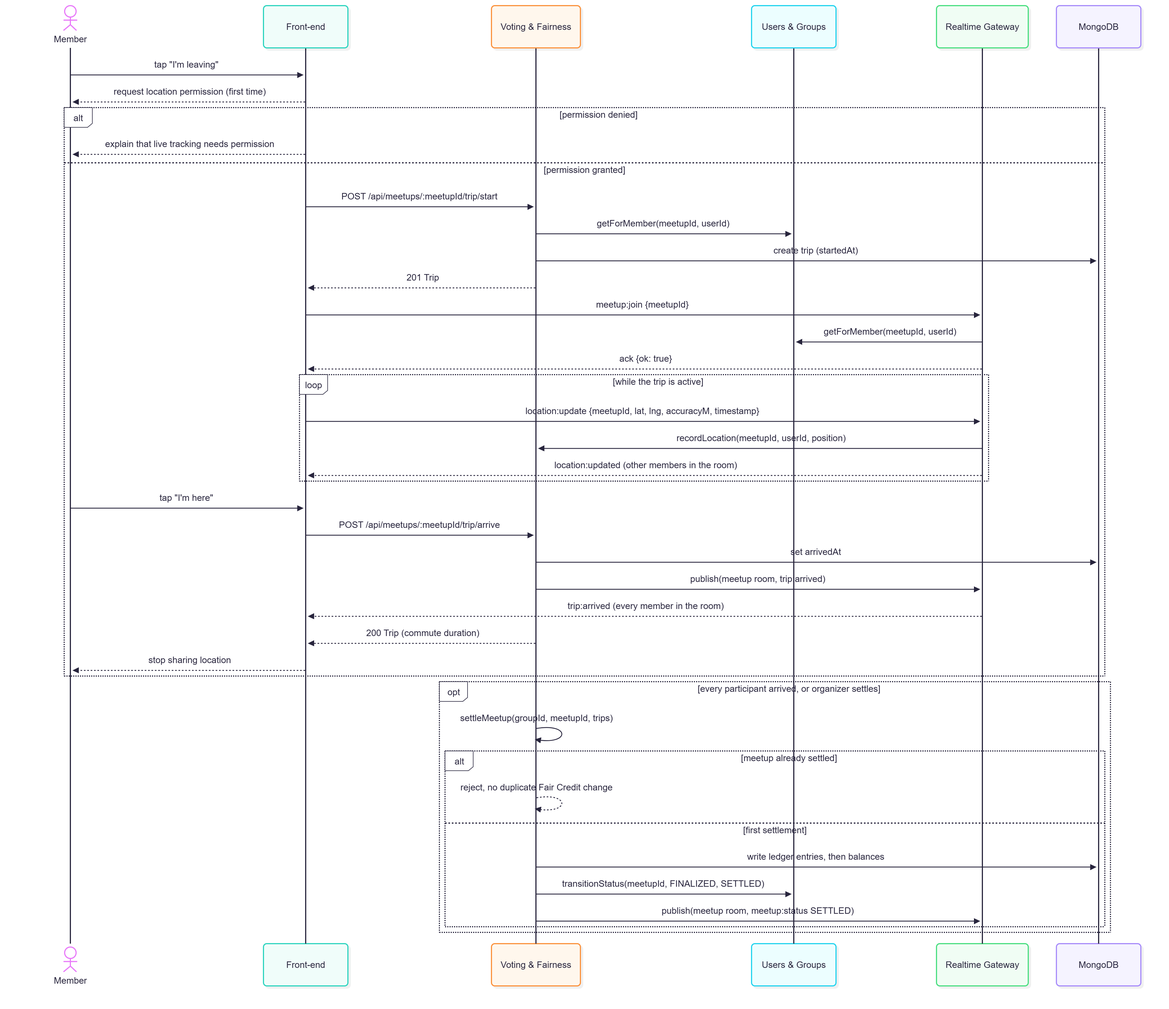
w-lin5/CPEN321_MeetFair keeps this Mermaid diagram as documentation/images/SD_UC5_Share_Live_Location.png. Above is the earlier version. Its source is kept beside it as documentation/res/SD_UC5_Share_Live_Location.mmd. The source it was exported from:
```mermaid
sequenceDiagram
    actor M as Member
    actor O as Other members
    participant FE as Front-end
    participant LL as Live Location
    participant UG as Users & Groups
    participant RT as Realtime Gateway
    participant DB as MongoDB

    M->>FE: tap "I am leaving", confirm "Share and start trip"
    FE-->>M: request location permission (first time)
    alt permission denied
        FE-->>M: explain that no trip was started
    else permission granted
        FE->>LL: POST /api/meetups/:meetupId/trip/start
        LL->>UG: getForMember(meetupId, userId)
        LL->>DB: create trip (server-set startedAt)
        LL->>RT: publish(meetup room, trip:updated)
        LL-->>FE: 200 Trip
        loop while sharing is active
            FE->>LL: PUT /api/meetups/:meetupId/trip/location {lat, lng, accuracyM}
            LL->>UG: getForMember(meetupId, userId)
            LL->>DB: save latest location
            LL->>RT: publish(meetup room, trip:updated)
            RT-->>O: trip:updated {meetupId}
            O->>LL: GET /api/meetups/:meetupId/trips
            LL->>UG: requireMembership(groupId, userId)
            LL-->>O: trips with latest locations
        end
        M->>FE: tap "I arrived", confirm
        FE->>LL: POST /api/meetups/:meetupId/trip/arrive
        LL->>DB: set arrivedAt and actualSeconds, clear location
        LL->>RT: publish(meetup room, trip:updated)
        LL-->>FE: 200 Trip (commute duration)
        FE-->>M: stop sharing, show actual commute
    end
```
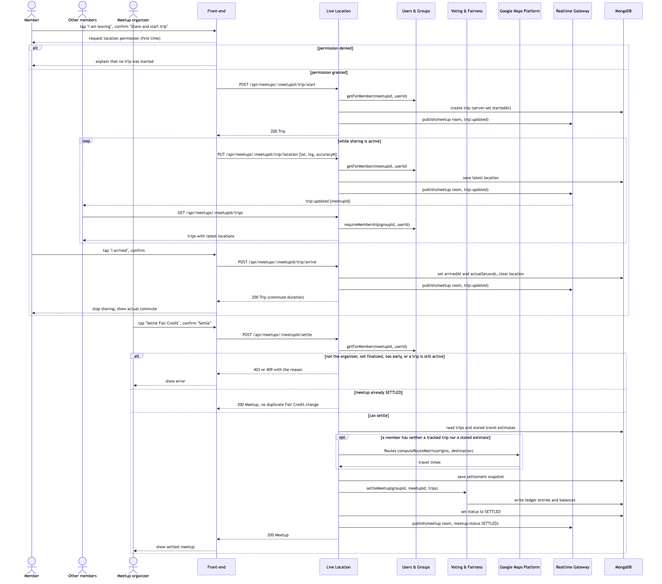
Above is the later version.

The edit, as a diff of the source:
```diff
@@ -1,9 +1,12 @@
 sequenceDiagram
     actor M as Member
     actor O as Other members
+    actor G as Meetup organizer
     participant FE as Front-end
     participant LL as Live Location
     participant UG as Users & Groups
+    participant VF as Voting & Fairness
+    participant MAPS as Google Maps Platform
     participant RT as Realtime Gateway
     participant DB as MongoDB
 
@@ -34,3 +37,25 @@
         LL-->>FE: 200 Trip (commute duration)
         FE-->>M: stop sharing, show actual commute
     end
+    G->>FE: tap "Settle Fair Credit", confirm "Settle"
+    FE->>LL: POST /api/meetups/:meetupId/settle
+    LL->>UG: getForMember(meetupId, userId)
+    alt not the organizer, not finalized, too early, or a trip is still active
+        LL-->>FE: 403 or 409 with the reason
+        FE-->>G: show error
+    else meetup already SETTLED
+        LL-->>FE: 200 Meetup, no duplicate Fair Credit change
+    else can settle
+        LL->>DB: read trips and stored travel estimates
+        opt a member has neither a tracked trip nor a stored estimate
+            LL->>MAPS: Routes computeRouteMatrix(origins, destination)
+            MAPS-->>LL: travel times
+        end
+        LL->>DB: save settlement snapshot
+        LL->>VF: settleMeetup(groupId, meetupId, trips)
+        VF->>DB: write ledger entries and balances
+        LL->>DB: set status to SETTLED
+        LL->>RT: publish(meetup room, meetup:status SETTLED)
+        LL-->>FE: 200 Meetup
+        FE-->>G: show settled meetup
+    end
```
